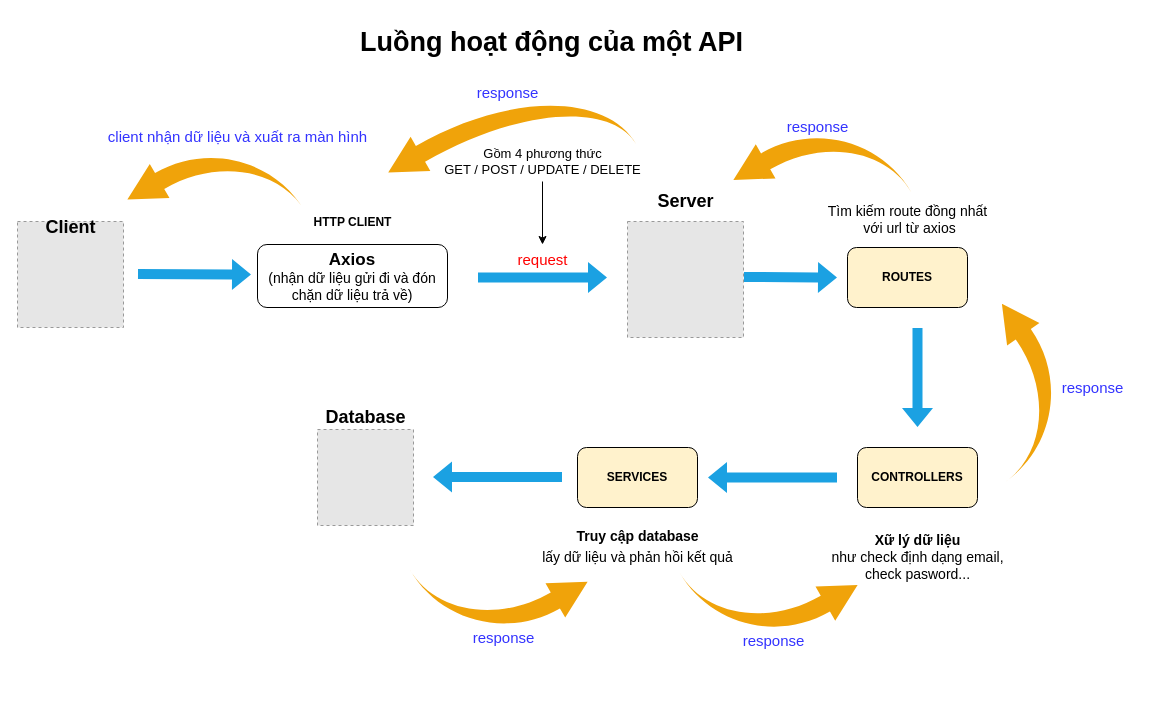
HaVanDuoc/tech-ecommerce-website keeps this draw.io diagram as page "Page-3" (3 of 23) of Diagram/Diagram-database.drawio. Above is the earlier version. Source tidied: cells renumbered, new cells numbered last; positions are measured from the earlier drawing's top-left corner, leaving out a move shared by most shapes. Both pictures are drawn from the tidied source at 100%, with x=0, y=0 at pixel (17, 17). Pictures stored in the file or linked from it are replaced by grey dashed boxes.
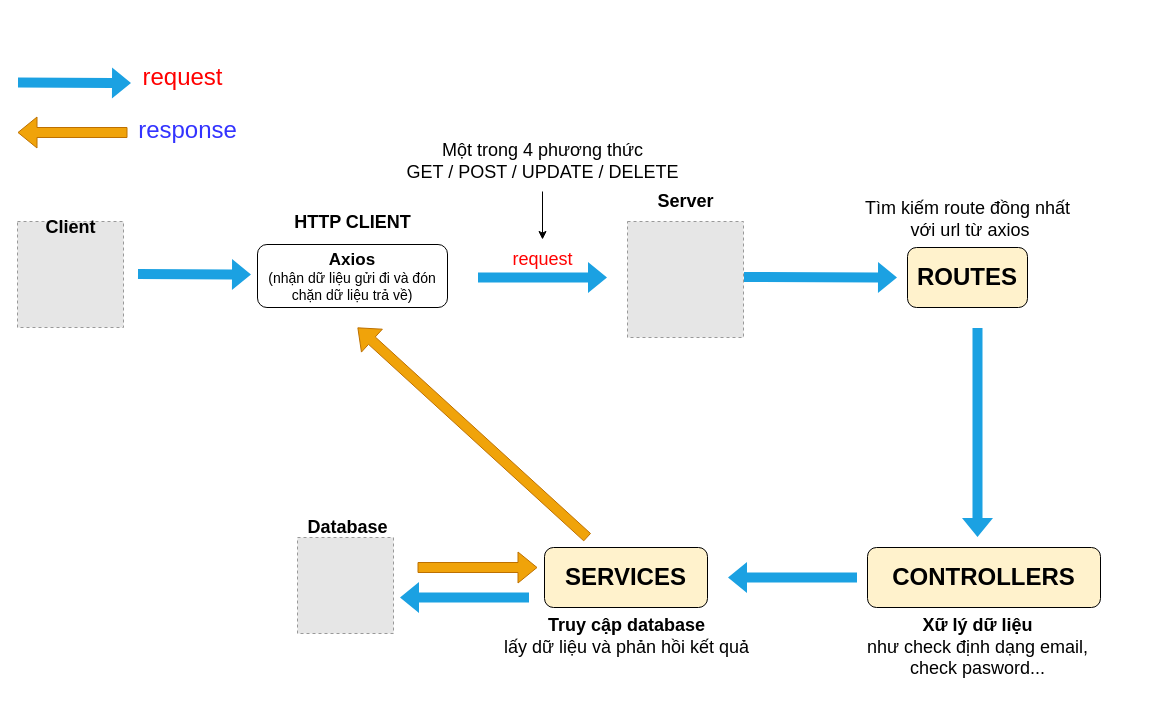
After the change.

What changed in the source:
```diff
@@
-    <mxCell id="2" value="&lt;font size=&quot;1&quot; style=&quot;&quot;&gt;&lt;b style=&quot;font-size: 27px;&quot;&gt;Luồng hoạt động của một API&lt;/b&gt;&lt;/font&gt;" style="text;html=1;align=center;verticalAlign=middle;strokeColor=none;fillColor=none;" parent="1" vertex="1">
-      <mxGeometry x="329" width="410" height="50" as="geometry" />
-    </mxCell>
@@
-    <mxCell id="8" value="&lt;font color=&quot;#ff0000&quot; style=&quot;font-size: 15px;&quot;&gt;request&lt;/font&gt;" style="text;html=1;align=center;verticalAlign=middle;points=[];strokeColor=none;fillColor=none;" parent="1" vertex="1">
-      <mxGeometry x="490" y="227" width="70" height="30" as="geometry" />
+    <mxCell id="8" value="&lt;font color=&quot;#ff0000&quot; style=&quot;font-size: 18px;&quot;&gt;request&lt;/font&gt;" style="text;html=1;align=center;verticalAlign=middle;points=[];strokeColor=none;fillColor=none;" parent="1" vertex="1">
+      <mxGeometry x="485" y="222" width="80" height="40" as="geometry" />
     </mxCell>
@@
-    <mxCell id="11" value="&lt;b&gt;HTTP CLIENT&lt;/b&gt;" style="text;html=1;align=center;verticalAlign=middle;strokeColor=none;fillColor=none;" parent="1" vertex="1">
-      <mxGeometry x="285" y="190" width="100" height="30" as="geometry" />
+    <mxCell id="11" value="&lt;b&gt;&lt;font style=&quot;font-size: 18px;&quot;&gt;HTTP CLIENT&lt;/font&gt;&lt;/b&gt;" style="text;html=1;align=center;verticalAlign=middle;strokeColor=none;fillColor=none;" parent="1" vertex="1">
+      <mxGeometry x="265" y="185" width="140" height="40" as="geometry" />
     </mxCell>
@@
-    <mxCell id="13" value="&lt;font style=&quot;font-size: 13px;&quot;&gt;Gồm 4 phương thức&lt;br&gt;GET / POST / UPDATE / DELETE&lt;/font&gt;" style="text;html=1;align=center;verticalAlign=middle;points=[];strokeColor=none;fillColor=none;" parent="1" vertex="1">
-      <mxGeometry x="415" y="124" width="220" height="40" as="geometry" />
+    <mxCell id="13" value="&lt;font style=&quot;font-size: 18px;&quot;&gt;Một trong 4 phương thức&lt;br&gt;GET / POST / UPDATE / DELETE&lt;/font&gt;" style="text;html=1;align=center;verticalAlign=middle;points=[];strokeColor=none;fillColor=none;" parent="1" vertex="1">
+      <mxGeometry x="375" y="114" width="300" height="60" as="geometry" />
     </mxCell>
-    <mxCell id="14" value="&lt;b&gt;ROUTES&lt;/b&gt;" style="rounded=1;whiteSpace=wrap;html=1;fillColor=#fff2cc;strokeColor=default;" parent="1" vertex="1">
-      <mxGeometry x="830" y="230" width="120" height="60" as="geometry" />
+    <mxCell id="14" value="&lt;b&gt;&lt;font style=&quot;font-size: 24px;&quot;&gt;ROUTES&lt;/font&gt;&lt;/b&gt;" style="rounded=1;whiteSpace=wrap;html=1;fillColor=#fff2cc;strokeColor=default;" parent="1" vertex="1">
+      <mxGeometry x="890" y="230" width="120" height="60" as="geometry" />
     </mxCell>
     <mxCell id="15" style="shape=flexArrow;endArrow=classic;html=1;rounded=0;strokeColor=none;fillColor=#1ba1e2;" parent="1" edge="1">
       <mxGeometry relative="1" as="geometry">
         <mxPoint x="726" y="259.5" as="sourcePoint" />
-        <mxPoint x="820" y="260" as="targetPoint" />
+        <mxPoint x="880" y="260" as="targetPoint" />
       </mxGeometry>
     </mxCell>
-    <mxCell id="16" value="&lt;font style=&quot;font-size: 14px;&quot;&gt;Tìm kiếm route đồng nhất&lt;br&gt;&amp;nbsp;với url từ axios&lt;/font&gt;" style="text;html=1;align=center;verticalAlign=middle;strokeColor=none;fillColor=none;" parent="1" vertex="1">
-      <mxGeometry x="800" y="177" width="180" height="50" as="geometry" />
+    <mxCell id="16" value="&lt;font style=&quot;font-size: 18px;&quot;&gt;Tìm kiếm route đồng nhất&lt;br&gt;&amp;nbsp;với url từ axios&lt;/font&gt;" style="text;html=1;align=center;verticalAlign=middle;strokeColor=none;fillColor=none;" parent="1" vertex="1">
+      <mxGeometry x="835" y="172" width="230" height="60" as="geometry" />
     </mxCell>
-    <mxCell id="17" value="&lt;b&gt;CONTROLLERS&lt;/b&gt;" style="rounded=1;whiteSpace=wrap;html=1;fillColor=#fff2cc;strokeColor=default;" parent="1" vertex="1">
-      <mxGeometry x="840" y="430" width="120" height="60" as="geometry" />
+    <mxCell id="17" value="&lt;b&gt;&lt;font style=&quot;font-size: 24px;&quot;&gt;CONTROLLERS&lt;/font&gt;&lt;/b&gt;" style="rounded=1;whiteSpace=wrap;html=1;fillColor=#fff2cc;strokeColor=default;" parent="1" vertex="1">
+      <mxGeometry x="850" y="530" width="233" height="60" as="geometry" />
     </mxCell>
     <mxCell id="18" style="shape=flexArrow;endArrow=classic;html=1;rounded=0;strokeColor=none;fillColor=#1ba1e2;" parent="1" edge="1">
       <mxGeometry relative="1" as="geometry">
-        <mxPoint x="900" y="310" as="sourcePoint" />
-        <mxPoint x="900" y="410" as="targetPoint" />
+        <mxPoint x="960" y="310" as="sourcePoint" />
+        <mxPoint x="960" y="520" as="targetPoint" />
       </mxGeometry>
     </mxCell>
-    <mxCell id="19" value="&lt;span style=&quot;font-size: 14px;&quot;&gt;&lt;b&gt;Xữ lý dữ liệu&lt;/b&gt;&lt;br&gt;như check định dạng email, &lt;br&gt;check pasword...&lt;br&gt;&lt;/span&gt;" style="text;html=1;align=center;verticalAlign=middle;strokeColor=none;fillColor=none;" parent="1" vertex="1">
-      <mxGeometry x="800" y="510" width="200" height="60" as="geometry" />
+    <mxCell id="19" value="&lt;font style=&quot;font-size: 18px;&quot;&gt;&lt;b style=&quot;&quot;&gt;Xữ lý dữ liệu&lt;/b&gt;&lt;br&gt;như check định dạng email, &lt;br&gt;check pasword...&lt;/font&gt;" style="text;html=1;align=center;verticalAlign=middle;strokeColor=none;fillColor=none;" parent="1" vertex="1">
+      <mxGeometry x="840" y="590" width="240" height="80" as="geometry" />
     </mxCell>
-    <mxCell id="20" value="&lt;b&gt;SERVICES&lt;/b&gt;" style="rounded=1;whiteSpace=wrap;html=1;fillColor=#fff2cc;strokeColor=default;" parent="1" vertex="1">
-      <mxGeometry x="560" y="430" width="120" height="60" as="geometry" />
+    <mxCell id="20" value="&lt;b&gt;&lt;font style=&quot;font-size: 24px;&quot;&gt;SERVICES&lt;/font&gt;&lt;/b&gt;" style="rounded=1;whiteSpace=wrap;html=1;fillColor=#fff2cc;strokeColor=default;" parent="1" vertex="1">
+      <mxGeometry x="527" y="530" width="163" height="60" as="geometry" />
     </mxCell>
     <mxCell id="21" style="shape=flexArrow;endArrow=classic;html=1;rounded=0;strokeColor=none;fillColor=#1ba1e2;" parent="1" edge="1">
       <mxGeometry relative="1" as="geometry">
-        <mxPoint x="820" y="460" as="sourcePoint" />
-        <mxPoint x="690" y="460" as="targetPoint" />
+        <mxPoint x="840" y="560" as="sourcePoint" />
+        <mxPoint x="710" y="560" as="targetPoint" />
       </mxGeometry>
     </mxCell>
     <mxCell id="22" style="fillColor=#E6E6E6;strokeColor=#999999;dashed=1;verticalLabelPosition=bottom;verticalAlign=top;" parent="1" vertex="1">
-      <mxGeometry x="300" y="412" width="96" height="96" as="geometry" />
+      <mxGeometry x="280" y="520" width="96" height="96" as="geometry" />
     </mxCell>
     <mxCell id="23" value="&lt;span style=&quot;font-size: 18px;&quot;&gt;&lt;b&gt;Database&lt;/b&gt;&lt;/span&gt;" style="text;html=1;align=center;verticalAlign=middle;strokeColor=none;fillColor=none;" parent="1" vertex="1">
-      <mxGeometry x="298" y="380" width="100" height="40" as="geometry" />
+      <mxGeometry x="280" y="490" width="100" height="40" as="geometry" />
     </mxCell>
-    <mxCell id="24" value="&lt;p style=&quot;line-height: 160%;&quot;&gt;&lt;span style=&quot;font-size: 14px;&quot;&gt;&lt;b&gt;Truy cập database&lt;/b&gt;&lt;br&gt;lấy dữ liệu và phản hồi kết quả&lt;br&gt;&lt;/span&gt;&lt;/p&gt;" style="text;html=1;align=center;verticalAlign=middle;strokeColor=none;fillColor=none;" parent="1" vertex="1">
-      <mxGeometry x="515" y="490" width="210" height="80" as="geometry" />
+    <mxCell id="24" value="&lt;p style=&quot;line-height: 160%;&quot;&gt;&lt;font style=&quot;font-size: 18px;&quot;&gt;&lt;b style=&quot;&quot;&gt;Truy cập database&lt;/b&gt;&lt;br&gt;lấy dữ liệu và phản hồi kết quả&lt;/font&gt;&lt;br&gt;&lt;/p&gt;" style="text;html=1;align=center;verticalAlign=middle;strokeColor=none;fillColor=none;" parent="1" vertex="1">
+      <mxGeometry x="473.5" y="580" width="270" height="80" as="geometry" />
     </mxCell>
     <mxCell id="25" style="shape=flexArrow;endArrow=classic;html=1;rounded=0;strokeColor=none;fillColor=#1ba1e2;" parent="1" edge="1">
       <mxGeometry relative="1" as="geometry">
-        <mxPoint x="545" y="459.5" as="sourcePoint" />
-        <mxPoint x="415" y="459.5" as="targetPoint" />
+        <mxPoint x="512" y="580" as="sourcePoint" />
+        <mxPoint x="382" y="580" as="targetPoint" />
       </mxGeometry>
     </mxCell>
-    <mxCell id="26" style="html=1;shadow=0;dashed=0;align=center;verticalAlign=middle;shape=mxgraph.arrows2.jumpInArrow;dy=9.18;dx=37.26;arrowHead=39.44;flipV=1;rotation=-30;fillColor=#f0a30a;strokeColor=none;fontColor=#000000;" parent="1" vertex="1">
-      <mxGeometry x="412" y="506.8" width="148" height="119.6" as="geometry" />
-    </mxCell>
-    <mxCell id="27" value="&lt;font color=&quot;#3333ff&quot; style=&quot;font-size: 15px;&quot;&gt;response&lt;/font&gt;" style="text;html=1;align=center;verticalAlign=middle;strokeColor=none;fillColor=none;" parent="1" vertex="1">
-      <mxGeometry x="441" y="605" width="90" height="30" as="geometry" />
-    </mxCell>
-    <mxCell id="28" style="html=1;shadow=0;dashed=0;align=center;verticalAlign=middle;shape=mxgraph.arrows2.jumpInArrow;dy=9.18;dx=37.26;arrowHead=39.44;flipV=1;rotation=-30;fillColor=#f0a30a;strokeColor=none;fontColor=#000000;" parent="1" vertex="1">
-      <mxGeometry x="682" y="510" width="148" height="119.6" as="geometry" />
-    </mxCell>
-    <mxCell id="29" value="&lt;font color=&quot;#3333ff&quot; style=&quot;font-size: 15px;&quot;&gt;response&lt;/font&gt;" style="text;html=1;align=center;verticalAlign=middle;strokeColor=none;fillColor=none;" parent="1" vertex="1">
-      <mxGeometry x="711" y="608.2" width="90" height="30" as="geometry" />
-    </mxCell>
-    <mxCell id="30" style="html=1;shadow=0;dashed=0;align=center;verticalAlign=middle;shape=mxgraph.arrows2.jumpInArrow;dy=9.18;dx=37.26;arrowHead=39.44;flipV=1;rotation=-125;fillColor=#f0a30a;strokeColor=none;fontColor=#000000;" parent="1" vertex="1">
-      <mxGeometry x="920" y="310" width="148" height="119.6" as="geometry" />
-    </mxCell>
-    <mxCell id="31" value="&lt;font color=&quot;#3333ff&quot; style=&quot;font-size: 15px;&quot;&gt;response&lt;/font&gt;" style="text;html=1;align=center;verticalAlign=middle;strokeColor=none;fillColor=none;" parent="1" vertex="1">
-      <mxGeometry x="1030" y="354.8" width="90" height="30" as="geometry" />
-    </mxCell>
-    <mxCell id="32" style="html=1;shadow=0;dashed=0;align=center;verticalAlign=middle;shape=mxgraph.arrows2.jumpInArrow;dy=9.18;dx=37.26;arrowHead=39.44;flipV=1;rotation=-210;fillColor=#f0a30a;strokeColor=none;fontColor=#000000;" parent="1" vertex="1">
-      <mxGeometry x="726" y="100.4" width="148" height="119.6" as="geometry" />
-    </mxCell>
-    <mxCell id="33" value="&lt;font color=&quot;#3333ff&quot; style=&quot;font-size: 15px;&quot;&gt;response&lt;/font&gt;" style="text;html=1;align=center;verticalAlign=middle;strokeColor=none;fillColor=none;" parent="1" vertex="1">
-      <mxGeometry x="755" y="94" width="90" height="30" as="geometry" />
-    </mxCell>
-    <mxCell id="34" style="html=1;shadow=0;dashed=0;align=center;verticalAlign=middle;shape=mxgraph.arrows2.jumpInArrow;dy=9.18;dx=37.26;arrowHead=39.44;flipV=1;rotation=-210;fillColor=#f0a30a;strokeColor=none;fontColor=#000000;" parent="1" vertex="1">
-      <mxGeometry x="375.4" y="72.7" width="229" height="119.6" as="geometry" />
-    </mxCell>
-    <mxCell id="35" value="&lt;font color=&quot;#3333ff&quot; style=&quot;font-size: 15px;&quot;&gt;response&lt;/font&gt;" style="text;html=1;align=center;verticalAlign=middle;strokeColor=none;fillColor=none;" parent="1" vertex="1">
-      <mxGeometry x="444.9" y="60" width="90" height="30" as="geometry" />
-    </mxCell>
-    <mxCell id="36" style="html=1;shadow=0;dashed=0;align=center;verticalAlign=middle;shape=mxgraph.arrows2.jumpInArrow;dy=9.18;dx=37.26;arrowHead=39.44;flipV=1;rotation=-210;fillColor=#f0a30a;strokeColor=none;fontColor=#000000;" parent="1" vertex="1">
-      <mxGeometry x="120" y="120" width="148" height="119.6" as="geometry" />
-    </mxCell>
-    <mxCell id="37" value="&lt;font color=&quot;#3333ff&quot; style=&quot;font-size: 15px;&quot;&gt;client nhận dữ liệu và xuất ra màn hình&lt;/font&gt;" style="text;html=1;align=center;verticalAlign=middle;strokeColor=none;fillColor=none;" parent="1" vertex="1">
-      <mxGeometry x="80" y="104" width="280" height="30" as="geometry" />
-    </mxCell>
+    <mxCell id="38" style="shape=flexArrow;endArrow=classic;html=1;rounded=0;fillColor=#1ba1e2;strokeColor=none;" parent="1" edge="1">
+      <mxGeometry relative="1" as="geometry">
+        <mxPoint y="65" as="sourcePoint" />
+        <mxPoint x="114" y="65.5" as="targetPoint" />
+      </mxGeometry>
+    </mxCell>
+    <mxCell id="39" value="&lt;font color=&quot;#ff0000&quot; style=&quot;font-size: 24px;&quot;&gt;request&lt;/font&gt;" style="text;html=1;align=center;verticalAlign=middle;strokeColor=none;fillColor=none;" parent="1" vertex="1">
+      <mxGeometry x="115" y="40" width="100" height="40" as="geometry" />
+    </mxCell>
+    <mxCell id="40" style="shape=flexArrow;endArrow=classic;html=1;rounded=0;fillColor=#f0a30a;strokeColor=#BD7000;" parent="1" edge="1">
+      <mxGeometry relative="1" as="geometry">
+        <mxPoint x="110" y="115" as="sourcePoint" />
+        <mxPoint y="115" as="targetPoint" />
+      </mxGeometry>
+    </mxCell>
+    <mxCell id="41" value="&lt;font color=&quot;#3333ff&quot; style=&quot;font-size: 24px;&quot;&gt;response&lt;/font&gt;" style="text;html=1;align=center;verticalAlign=middle;strokeColor=none;fillColor=none;" parent="1" vertex="1">
+      <mxGeometry x="110" y="92.7" width="120" height="40" as="geometry" />
+    </mxCell>
+    <mxCell id="42" style="shape=flexArrow;endArrow=classic;html=1;rounded=0;fillColor=#f0a30a;strokeColor=#BD7000;" parent="1" edge="1">
+      <mxGeometry relative="1" as="geometry">
+        <mxPoint x="570" y="520" as="sourcePoint" />
+        <mxPoint x="340" y="310" as="targetPoint" />
+      </mxGeometry>
+    </mxCell>
+    <mxCell id="43" style="shape=flexArrow;endArrow=classic;html=1;rounded=0;fillColor=#f0a30a;strokeColor=#BD7000;" parent="1" edge="1">
+      <mxGeometry relative="1" as="geometry">
+        <mxPoint x="400" y="550" as="sourcePoint" />
+        <mxPoint x="520" y="550" as="targetPoint" />
+      </mxGeometry>
+    </mxCell>
```
